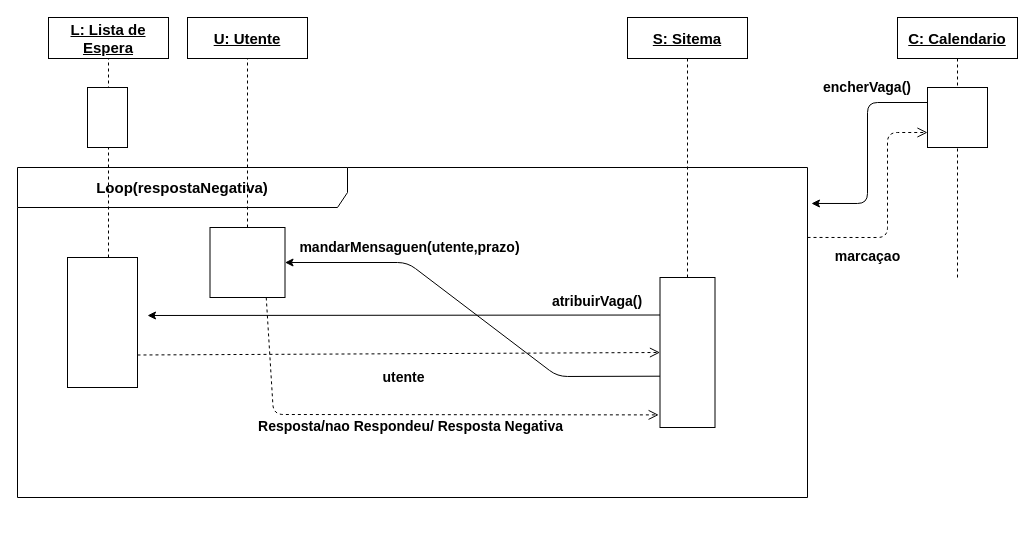
Before: DiagramaDeSequencia-ListaDeEspera.drawio in getSierralta/Si-Centro-Hospitalar-Upskill, a draw.io diagram. Source tidied: cells renumbered, new cells numbered last; positions are measured from the earlier drawing's top-left corner, leaving out a move shared by most shapes. Both pictures are drawn from the tidied source at 100%, with x=0, y=0 at pixel (17, 17).
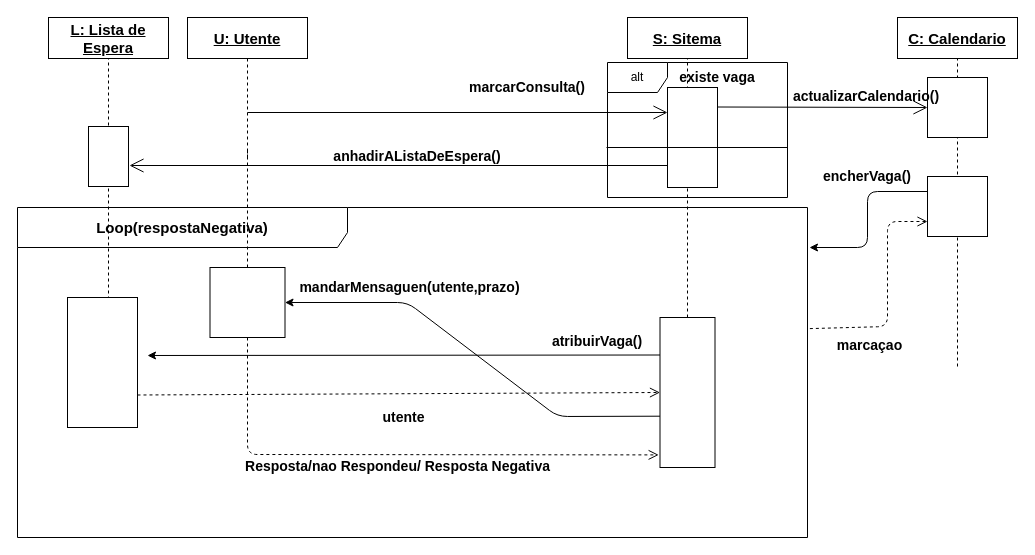
The same diagram, later.

Commit message:
Optimaçao do sistema

Unchanged cells that the change refers to:
```xml
<mxCell id="15" value="U: Utente" style="text;html=1;align=center;verticalAlign=middle;whiteSpace=wrap;rounded=0;fontStyle=5;fillColor=#ffffff;strokeColor=#000000;fontSize=15;" parent="1" vertex="1">
  <mxGeometry x="170" width="120" height="41" as="geometry" />
</mxCell>
<mxCell id="19" value="C: Calendario" style="text;html=1;align=center;verticalAlign=middle;whiteSpace=wrap;rounded=0;fontStyle=5;fillColor=#ffffff;strokeColor=#000000;fontSize=15;" parent="1" vertex="1">
  <mxGeometry x="880" width="120" height="41" as="geometry" />
</mxCell>
```

The edit, as a diff of the source:
```diff
@@
+    <mxCell id="25" value="alt" style="shape=umlFrame;whiteSpace=wrap;html=1;" parent="1" vertex="1">
+      <mxGeometry x="590" y="45" width="180" height="135" as="geometry" />
+    </mxCell>
     <mxCell id="2" value="&lt;font style=&quot;font-size: 15px&quot;&gt;&lt;b&gt;Loop(respostaNegativa)&lt;/b&gt;&lt;/font&gt;" style="shape=umlFrame;whiteSpace=wrap;html=1;strokeColor=#000000;fillColor=#ffffff;fontSize=14;width=330;height=40;" parent="1" vertex="1">
-      <mxGeometry y="150" width="790" height="330" as="geometry" />
+      <mxGeometry y="190" width="790" height="330" as="geometry" />
     </mxCell>
@@
     <mxCell id="5" style="rounded=0;whiteSpace=wrap;html=1;strokeColor=#000000;fillColor=#ffffff;fontSize=14;" parent="1" vertex="1">
-      <mxGeometry x="642.5" y="260" width="55" height="150" as="geometry" />
+      <mxGeometry x="642.5" y="300" width="55" height="150" as="geometry" />
     </mxCell>
     <mxCell id="6" style="rounded=0;whiteSpace=wrap;html=1;strokeColor=#000000;fillColor=#ffffff;fontSize=14;" parent="1" vertex="1">
-      <mxGeometry x="70" y="70" width="40" height="60" as="geometry" />
+      <mxGeometry x="71" y="109" width="40" height="60" as="geometry" />
     </mxCell>
     <mxCell id="7" style="rounded=0;whiteSpace=wrap;html=1;" parent="1" vertex="1">
-      <mxGeometry x="50" y="240" width="70" height="130" as="geometry" />
+      <mxGeometry x="50" y="280" width="70" height="130" as="geometry" />
     </mxCell>
     <mxCell id="8" value="atribuirVaga()" style="text;html=1;strokeColor=none;fillColor=none;align=center;verticalAlign=middle;whiteSpace=wrap;rounded=0;fontStyle=1;fontSize=14;" parent="1" vertex="1">
-      <mxGeometry x="520" y="274" width="120" height="20" as="geometry" />
+      <mxGeometry x="520" y="314" width="120" height="20" as="geometry" />
     </mxCell>
@@
     <mxCell id="10" style="endArrow=classic;html=1;fontSize=14;exitX=0;exitY=0.658;exitDx=0;exitDy=0;exitPerimeter=0;entryX=1;entryY=0.5;entryDx=0;entryDy=0;" parent="1" edge="1" source="5" target="13">
       <mxGeometry relative="1" as="geometry">
         <Array as="points">
-          <mxPoint x="540" y="359" />
-          <mxPoint x="390" y="245" />
+          <mxPoint x="540" y="399" />
+          <mxPoint x="390" y="285" />
         </Array>
       </mxGeometry>
     </mxCell>
-    <mxCell id="11" value="&lt;b&gt;Resposta/nao Respondeu/ Resposta Negativa&lt;/b&gt;" style="html=1;verticalAlign=bottom;endArrow=open;dashed=1;endSize=8;fontSize=14;entryX=-0.024;entryY=0.916;entryDx=0;entryDy=0;entryPerimeter=0;exitX=0.75;exitY=1;exitDx=0;exitDy=0;" parent="1" edge="1" source="13" target="5">
+    <mxCell id="11" value="&lt;b&gt;Resposta/nao Respondeu/ Resposta Negativa&lt;/b&gt;" style="html=1;verticalAlign=bottom;endArrow=open;dashed=1;endSize=8;fontSize=14;entryX=-0.024;entryY=0.916;entryDx=0;entryDy=0;entryPerimeter=0;exitX=0.5;exitY=1;exitDx=0;exitDy=0;" parent="1" edge="1" source="13" target="5">
       <mxGeometry x="0.01" y="-23" relative="1" as="geometry">
         <Array as="points">
-          <mxPoint x="256" y="397" />
+          <mxPoint x="230" y="437" />
         </Array>
       </mxGeometry>
     </mxCell>
     <mxCell id="12" value="mandarMensaguen(utente,prazo)" style="text;html=1;strokeColor=none;fillColor=none;align=center;verticalAlign=middle;whiteSpace=wrap;rounded=0;fontStyle=1;fontSize=14;" parent="1" vertex="1">
-      <mxGeometry x="275" y="220" width="235" height="20" as="geometry" />
+      <mxGeometry x="275" y="260" width="235" height="20" as="geometry" />
     </mxCell>
     <mxCell id="13" style="rounded=0;whiteSpace=wrap;html=1;strokeColor=#000000;fillColor=#ffffff;fontSize=14;" parent="1" vertex="1">
-      <mxGeometry x="192.5" y="210" width="75" height="70" as="geometry" />
+      <mxGeometry x="192.5" y="250" width="75" height="70" as="geometry" />
     </mxCell>
     <mxCell id="14" style="endArrow=classic;html=1;fontSize=14;exitX=0;exitY=0.25;exitDx=0;exitDy=0;" parent="1" edge="1" source="5">
       <mxGeometry relative="1" as="geometry">
-        <mxPoint x="130" y="298" as="targetPoint" />
+        <mxPoint x="130" y="338" as="targetPoint" />
       </mxGeometry>
     </mxCell>
@@
-    <mxCell id="16" style="endArrow=none;dashed=1;html=1;entryX=0.5;entryY=1;entryDx=0;entryDy=0;" parent="1" edge="1" source="13" target="15">
-      <mxGeometry relative="1" as="geometry" />
+    <mxCell id="16" style="endArrow=none;dashed=1;html=1;entryX=0.5;entryY=1;entryDx=0;entryDy=0;" parent="1" edge="1" target="15">
+      <mxGeometry relative="1" as="geometry">
+        <mxPoint x="230" y="140" as="sourcePoint" />
+      </mxGeometry>
     </mxCell>
@@
     <mxCell id="20" style="endArrow=none;dashed=1;html=1;entryX=0.5;entryY=1;entryDx=0;entryDy=0;" parent="1" edge="1" target="19">
       <mxGeometry relative="1" as="geometry">
-        <mxPoint x="940" y="260" as="sourcePoint" />
+        <mxPoint x="940" y="349" as="sourcePoint" />
       </mxGeometry>
     </mxCell>
     <mxCell id="21" style="rounded=0;whiteSpace=wrap;html=1;" parent="1" vertex="1">
-      <mxGeometry x="910" y="70" width="60" height="60" as="geometry" />
+      <mxGeometry x="910" y="159" width="60" height="60" as="geometry" />
     </mxCell>
-    <mxCell id="22" style="endArrow=classic;html=1;exitX=0;exitY=0.25;exitDx=0;exitDy=0;entryX=1.005;entryY=0.109;entryDx=0;entryDy=0;entryPerimeter=0;" parent="1" edge="1" source="21" target="2">
+    <mxCell id="22" style="endArrow=classic;html=1;exitX=0;exitY=0.25;exitDx=0;exitDy=0;" parent="1" edge="1" source="21">
       <mxGeometry relative="1" as="geometry">
+        <mxPoint x="792" y="230" as="targetPoint" />
         <Array as="points">
-          <mxPoint x="850" y="85" />
-          <mxPoint x="850" y="186" />
+          <mxPoint x="850" y="174" />
+          <mxPoint x="850" y="230" />
         </Array>
       </mxGeometry>
     </mxCell>
-    <mxCell id="23" value="&lt;b&gt;&lt;font style=&quot;font-size: 14px&quot;&gt;marcaçao&lt;/font&gt;&lt;/b&gt;" style="html=1;verticalAlign=bottom;endArrow=open;dashed=1;endSize=8;exitX=1;exitY=0.212;exitDx=0;exitDy=0;exitPerimeter=0;entryX=0;entryY=0.75;entryDx=0;entryDy=0;" parent="1" edge="1" source="2" target="21">
+    <mxCell id="23" value="&lt;b&gt;&lt;font style=&quot;font-size: 14px&quot;&gt;marcaçao&lt;/font&gt;&lt;/b&gt;" style="html=1;verticalAlign=bottom;endArrow=open;dashed=1;endSize=8;exitX=1.003;exitY=0.367;exitDx=0;exitDy=0;exitPerimeter=0;entryX=0;entryY=0.75;entryDx=0;entryDy=0;" parent="1" edge="1" source="2" target="21">
       <mxGeometry x="-0.47" y="-30" relative="1" as="geometry">
         <Array as="points">
-          <mxPoint x="870" y="220" />
-          <mxPoint x="870" y="115" />
+          <mxPoint x="870" y="309" />
+          <mxPoint x="870" y="204" />
         </Array>
       </mxGeometry>
     </mxCell>
     <mxCell id="24" value="encherVaga()" style="text;html=1;strokeColor=none;fillColor=none;align=center;verticalAlign=middle;whiteSpace=wrap;rounded=0;fontStyle=1;fontSize=14;" parent="1" vertex="1">
-      <mxGeometry x="790" y="60" width="120" height="20" as="geometry" />
+      <mxGeometry x="790" y="149" width="120" height="20" as="geometry" />
     </mxCell>
+    <mxCell id="26" style="endArrow=none;dashed=1;html=1;entryX=0.5;entryY=1;entryDx=0;entryDy=0;" parent="1" edge="1" source="13">
+      <mxGeometry relative="1" as="geometry">
+        <mxPoint x="230" y="130" as="targetPoint" />
+      </mxGeometry>
+    </mxCell>
+    <mxCell id="27" style="rounded=0;whiteSpace=wrap;html=1;" parent="1" vertex="1">
+      <mxGeometry x="650" y="70" width="50" height="100" as="geometry" />
+    </mxCell>
+    <mxCell id="28" value="marcarConsulta()" style="text;html=1;strokeColor=none;fillColor=none;align=center;verticalAlign=middle;whiteSpace=wrap;rounded=0;fontStyle=1;fontSize=14;" parent="1" vertex="1">
+      <mxGeometry x="450" y="60" width="120" height="20" as="geometry" />
+    </mxCell>
+    <mxCell id="29" value="existe vaga" style="text;html=1;strokeColor=none;fillColor=none;align=center;verticalAlign=middle;whiteSpace=wrap;rounded=0;fontStyle=1;fontSize=14;" parent="1" vertex="1">
+      <mxGeometry x="640" y="50" width="120" height="20" as="geometry" />
+    </mxCell>
+    <mxCell id="30" style="endArrow=none;html=1;" parent="1" edge="1">
+      <mxGeometry relative="1" as="geometry">
+        <mxPoint x="589" y="130" as="sourcePoint" />
+        <mxPoint x="770" y="130" as="targetPoint" />
+      </mxGeometry>
+    </mxCell>
+    <mxCell id="31" style="endArrow=open;endFill=1;endSize=12;html=1;entryX=0;entryY=0.25;entryDx=0;entryDy=0;" parent="1" edge="1" target="27">
+      <mxGeometry relative="1" as="geometry">
+        <mxPoint x="230" y="95" as="sourcePoint" />
+      </mxGeometry>
+    </mxCell>
+    <mxCell id="32" style="rounded=0;whiteSpace=wrap;html=1;" parent="1" vertex="1">
+      <mxGeometry x="910" y="60" width="60" height="60" as="geometry" />
+    </mxCell>
+    <mxCell id="33" style="endArrow=open;endFill=1;endSize=12;html=1;entryX=0;entryY=0.5;entryDx=0;entryDy=0;" parent="1" edge="1" target="32">
+      <mxGeometry relative="1" as="geometry">
+        <mxPoint x="700" y="89.5" as="sourcePoint" />
+      </mxGeometry>
+    </mxCell>
+    <mxCell id="34" value="actualizarCalendario()" style="text;html=1;strokeColor=none;fillColor=none;align=center;verticalAlign=middle;whiteSpace=wrap;rounded=0;fontStyle=1;fontSize=14;" parent="1" vertex="1">
+      <mxGeometry x="789" y="69" width="120" height="20" as="geometry" />
+    </mxCell>
+    <mxCell id="35" style="endArrow=open;endFill=1;endSize=12;html=1;entryX=1.025;entryY=0.65;entryDx=0;entryDy=0;entryPerimeter=0;" parent="1" edge="1" target="6">
+      <mxGeometry relative="1" as="geometry">
+        <mxPoint x="650" y="148" as="sourcePoint" />
+      </mxGeometry>
+    </mxCell>
+    <mxCell id="36" value="anhadirAListaDeEspera()" style="text;html=1;strokeColor=none;fillColor=none;align=center;verticalAlign=middle;whiteSpace=wrap;rounded=0;fontStyle=1;fontSize=14;" parent="1" vertex="1">
+      <mxGeometry x="310" y="129" width="180" height="20" as="geometry" />
+    </mxCell>
```
